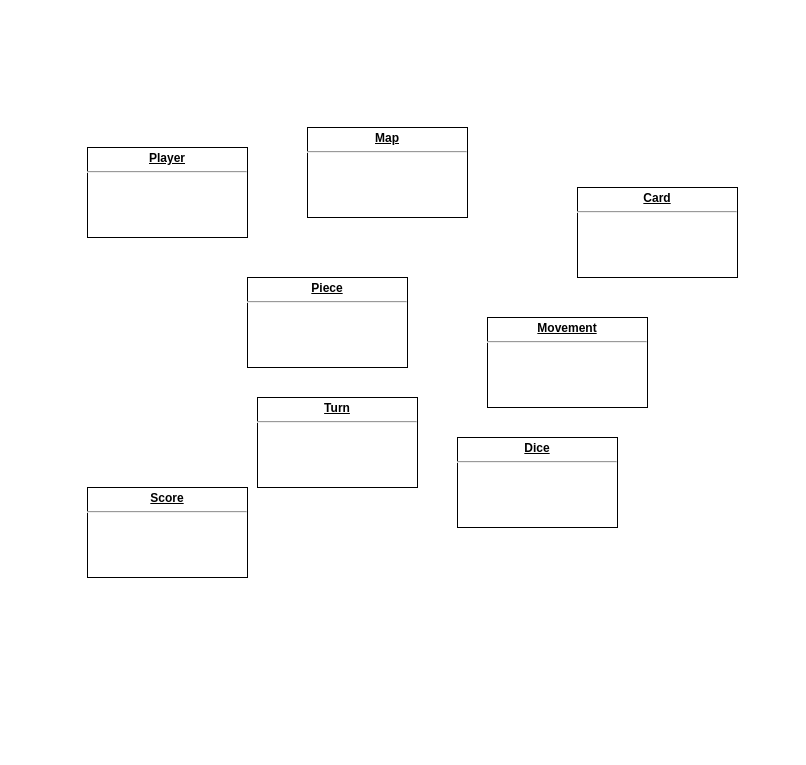
Above: diagram/DomainModel.drawio in iGH01gi/SE_Term_Project (draw.io), before the change. Source tidied: cells renumbered, new cells numbered last; positions are measured from the earlier drawing's top-left corner, leaving out a move shared by most shapes. Both pictures are drawn from the tidied source at 100%, with x=0, y=0 at pixel (87, 127).
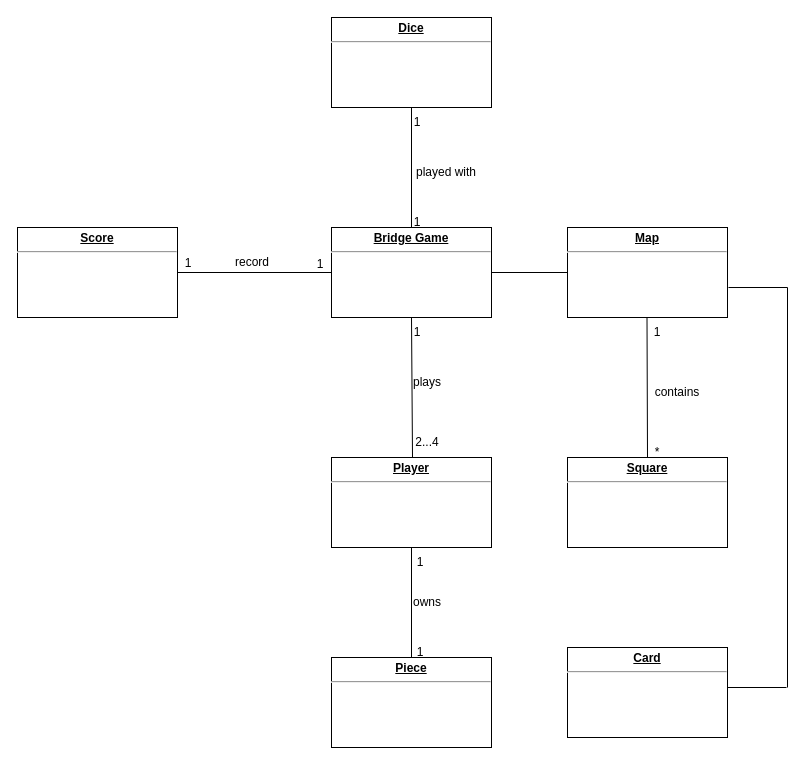
The same diagram, later.

Change to the diagram source:
```diff
@@
     <mxCell id="2" value="&lt;p style=&quot;margin:0px;margin-top:4px;text-align:center;text-decoration:underline;&quot;&gt;&lt;b&gt;Player&lt;/b&gt;&lt;/p&gt;&lt;hr&gt;&lt;p style=&quot;margin:0px;margin-left:8px;&quot;&gt;&lt;br&gt;&lt;/p&gt;" style="verticalAlign=top;align=left;overflow=fill;fontSize=12;fontFamily=Helvetica;html=1;" parent="1" vertex="1">
-      <mxGeometry y="20" width="160" height="90" as="geometry" />
+      <mxGeometry x="244" y="330" width="160" height="90" as="geometry" />
     </mxCell>
-    <mxCell id="3" value="&lt;p style=&quot;margin:0px;margin-top:4px;text-align:center;text-decoration:underline;&quot;&gt;&lt;b&gt;Map&lt;/b&gt;&lt;/p&gt;&lt;hr&gt;&lt;p style=&quot;margin:0px;margin-left:8px;&quot;&gt;&lt;br&gt;&lt;/p&gt;" style="verticalAlign=top;align=left;overflow=fill;fontSize=12;fontFamily=Helvetica;html=1;" parent="1" vertex="1">
-      <mxGeometry x="220" width="160" height="90" as="geometry" />
-    </mxCell>
-    <mxCell id="4" value="&lt;p style=&quot;margin:0px;margin-top:4px;text-align:center;text-decoration:underline;&quot;&gt;&lt;b&gt;Piece&lt;/b&gt;&lt;/p&gt;&lt;hr&gt;&lt;p style=&quot;margin:0px;margin-left:8px;&quot;&gt;&lt;br&gt;&lt;/p&gt;" style="verticalAlign=top;align=left;overflow=fill;fontSize=12;fontFamily=Helvetica;html=1;" parent="1" vertex="1">
-      <mxGeometry x="160" y="150" width="160" height="90" as="geometry" />
-    </mxCell>
-    <mxCell id="5" value="&lt;p style=&quot;margin:0px;margin-top:4px;text-align:center;text-decoration:underline;&quot;&gt;&lt;b&gt;Movement&lt;/b&gt;&lt;/p&gt;&lt;hr&gt;&lt;p style=&quot;margin:0px;margin-left:8px;&quot;&gt;&lt;br&gt;&lt;/p&gt;" style="verticalAlign=top;align=left;overflow=fill;fontSize=12;fontFamily=Helvetica;html=1;" parent="1" vertex="1">
-      <mxGeometry x="400" y="190" width="160" height="90" as="geometry" />
-    </mxCell>
-    <mxCell id="6" value="&lt;p style=&quot;margin:0px;margin-top:4px;text-align:center;text-decoration:underline;&quot;&gt;&lt;b&gt;Turn&lt;/b&gt;&lt;/p&gt;&lt;hr&gt;&lt;p style=&quot;margin:0px;margin-left:8px;&quot;&gt;&lt;br&gt;&lt;/p&gt;" style="verticalAlign=top;align=left;overflow=fill;fontSize=12;fontFamily=Helvetica;html=1;" parent="1" vertex="1">
-      <mxGeometry x="170" y="270" width="160" height="90" as="geometry" />
-    </mxCell>
     <mxCell id="7" value="&lt;p style=&quot;margin:0px;margin-top:4px;text-align:center;text-decoration:underline;&quot;&gt;&lt;b&gt;Dice&lt;/b&gt;&lt;/p&gt;&lt;hr&gt;&lt;p style=&quot;margin:0px;margin-left:8px;&quot;&gt;&lt;br&gt;&lt;/p&gt;" style="verticalAlign=top;align=left;overflow=fill;fontSize=12;fontFamily=Helvetica;html=1;" parent="1" vertex="1">
-      <mxGeometry x="370" y="310" width="160" height="90" as="geometry" />
+      <mxGeometry x="244" y="-110" width="160" height="90" as="geometry" />
     </mxCell>
     <mxCell id="8" value="&lt;p style=&quot;margin:0px;margin-top:4px;text-align:center;text-decoration:underline;&quot;&gt;&lt;b&gt;Card&lt;/b&gt;&lt;/p&gt;&lt;hr&gt;&lt;p style=&quot;margin:0px;margin-left:8px;&quot;&gt;&lt;br&gt;&lt;/p&gt;" style="verticalAlign=top;align=left;overflow=fill;fontSize=12;fontFamily=Helvetica;html=1;" parent="1" vertex="1">
-      <mxGeometry x="490" y="60" width="160" height="90" as="geometry" />
+      <mxGeometry x="480" y="520" width="160" height="90" as="geometry" />
     </mxCell>
+    <mxCell id="10" value="&lt;p style=&quot;margin:0px;margin-top:4px;text-align:center;text-decoration:underline;&quot;&gt;&lt;b&gt;Bridge Game&lt;/b&gt;&lt;/p&gt;&lt;hr&gt;&lt;p style=&quot;margin:0px;margin-left:8px;&quot;&gt;&lt;br&gt;&lt;/p&gt;" style="verticalAlign=top;align=left;overflow=fill;fontSize=12;fontFamily=Helvetica;html=1;" parent="1" vertex="1">
+      <mxGeometry x="244" y="100" width="160" height="90" as="geometry" />
+    </mxCell>
+    <mxCell id="11" style="endArrow=none;html=1;rounded=0;entryX=0.5;entryY=1;entryDx=0;entryDy=0;exitX=0.5;exitY=0;exitDx=0;exitDy=0;" parent="1" edge="1" source="4" target="2">
+      <mxGeometry relative="1" as="geometry" />
+    </mxCell>
+    <mxCell id="12" style="endArrow=none;html=1;rounded=0;entryX=0.5;entryY=1;entryDx=0;entryDy=0;exitX=0.25;exitY=1;exitDx=0;exitDy=0;" parent="1" edge="1" source="15" target="10">
+      <mxGeometry relative="1" as="geometry" />
+    </mxCell>
+    <mxCell id="13" style="endArrow=none;html=1;rounded=0;entryX=0;entryY=0.5;entryDx=0;entryDy=0;" parent="1" edge="1" source="10">
+      <mxGeometry relative="1" as="geometry">
+        <mxPoint x="480" y="145" as="targetPoint" />
+      </mxGeometry>
+    </mxCell>
+    <mxCell id="14" style="endArrow=none;html=1;rounded=0;exitX=1;exitY=0.5;exitDx=0;exitDy=0;entryX=0;entryY=0.5;entryDx=0;entryDy=0;" parent="1" edge="1" source="9" target="10">
+      <mxGeometry relative="1" as="geometry" />
+    </mxCell>
+    <mxCell id="15" value="2...4" style="text;html=1;strokeColor=none;fillColor=none;align=center;verticalAlign=middle;whiteSpace=wrap;rounded=0;" parent="1" vertex="1">
+      <mxGeometry x="310" y="300" width="60" height="30" as="geometry" />
+    </mxCell>
+    <mxCell id="16" value="1" style="text;html=1;strokeColor=none;fillColor=none;align=center;verticalAlign=middle;whiteSpace=wrap;rounded=0;" parent="1" vertex="1">
+      <mxGeometry x="300" y="190" width="60" height="30" as="geometry" />
+    </mxCell>
+    <mxCell id="17" value="plays" style="text;html=1;strokeColor=none;fillColor=none;align=center;verticalAlign=middle;whiteSpace=wrap;rounded=0;" parent="1" vertex="1">
+      <mxGeometry x="310" y="240" width="60" height="30" as="geometry" />
+    </mxCell>
+    <mxCell id="18" style="endArrow=none;html=1;rounded=0;entryX=0.5;entryY=1;entryDx=0;entryDy=0;" parent="1" edge="1" source="10" target="7">
+      <mxGeometry relative="1" as="geometry" />
+    </mxCell>
+    <mxCell id="19" value="1" style="text;html=1;strokeColor=none;fillColor=none;align=center;verticalAlign=middle;whiteSpace=wrap;rounded=0;" parent="1" vertex="1">
+      <mxGeometry x="300" y="80" width="60" height="30" as="geometry" />
+    </mxCell>
+    <mxCell id="20" value="1" style="text;html=1;strokeColor=none;fillColor=none;align=center;verticalAlign=middle;whiteSpace=wrap;rounded=0;" parent="1" vertex="1">
+      <mxGeometry x="300" y="-20" width="60" height="30" as="geometry" />
+    </mxCell>
+    <mxCell id="21" value="played with" style="text;html=1;strokeColor=none;fillColor=none;align=center;verticalAlign=middle;whiteSpace=wrap;rounded=0;" parent="1" vertex="1">
+      <mxGeometry x="314" y="30" width="90" height="30" as="geometry" />
+    </mxCell>
+    <mxCell id="4" value="&lt;p style=&quot;margin:0px;margin-top:4px;text-align:center;text-decoration:underline;&quot;&gt;&lt;b&gt;Piece&lt;/b&gt;&lt;/p&gt;&lt;hr&gt;&lt;p style=&quot;margin:0px;margin-left:8px;&quot;&gt;&lt;br&gt;&lt;/p&gt;" style="verticalAlign=top;align=left;overflow=fill;fontSize=12;fontFamily=Helvetica;html=1;" parent="1" vertex="1">
+      <mxGeometry x="244" y="530" width="160" height="90" as="geometry" />
+    </mxCell>
+    <mxCell id="22" value="owns" style="text;html=1;strokeColor=none;fillColor=none;align=center;verticalAlign=middle;whiteSpace=wrap;rounded=0;" parent="1" vertex="1">
+      <mxGeometry x="318" y="460" width="44" height="30" as="geometry" />
+    </mxCell>
+    <mxCell id="23" value="1" style="text;html=1;strokeColor=none;fillColor=none;align=center;verticalAlign=middle;whiteSpace=wrap;rounded=0;" parent="1" vertex="1">
+      <mxGeometry x="303" y="510" width="60" height="30" as="geometry" />
+    </mxCell>
+    <mxCell id="24" value="1" style="text;html=1;strokeColor=none;fillColor=none;align=center;verticalAlign=middle;whiteSpace=wrap;rounded=0;" parent="1" vertex="1">
+      <mxGeometry x="318" y="420" width="30" height="30" as="geometry" />
+    </mxCell>
+    <mxCell id="3" value="&lt;p style=&quot;margin:0px;margin-top:4px;text-align:center;text-decoration:underline;&quot;&gt;&lt;b&gt;Map&lt;/b&gt;&lt;/p&gt;&lt;hr&gt;&lt;p style=&quot;margin:0px;margin-left:8px;&quot;&gt;&lt;br&gt;&lt;/p&gt;" style="verticalAlign=top;align=left;overflow=fill;fontSize=12;fontFamily=Helvetica;html=1;" parent="1" vertex="1">
+      <mxGeometry x="480" y="100" width="160" height="90" as="geometry" />
+    </mxCell>
     <mxCell id="9" value="&lt;p style=&quot;margin:0px;margin-top:4px;text-align:center;text-decoration:underline;&quot;&gt;&lt;b&gt;Score&lt;/b&gt;&lt;/p&gt;&lt;hr&gt;&lt;p style=&quot;margin:0px;margin-left:8px;&quot;&gt;&lt;br&gt;&lt;/p&gt;" style="verticalAlign=top;align=left;overflow=fill;fontSize=12;fontFamily=Helvetica;html=1;" parent="1" vertex="1">
-      <mxGeometry y="360" width="160" height="90" as="geometry" />
+      <mxGeometry x="-70" y="100" width="160" height="90" as="geometry" />
     </mxCell>
+    <mxCell id="25" value="&lt;p style=&quot;margin:0px;margin-top:4px;text-align:center;text-decoration:underline;&quot;&gt;&lt;b&gt;Square&lt;/b&gt;&lt;/p&gt;&lt;hr&gt;&lt;p style=&quot;margin:0px;margin-left:8px;&quot;&gt;&lt;br&gt;&lt;/p&gt;" style="verticalAlign=top;align=left;overflow=fill;fontSize=12;fontFamily=Helvetica;html=1;" parent="1" vertex="1">
+      <mxGeometry x="480" y="330" width="160" height="90" as="geometry" />
+    </mxCell>
+    <mxCell id="26" style="endArrow=none;html=1;rounded=0;exitX=0.5;exitY=0;exitDx=0;exitDy=0;" parent="1" edge="1" source="25">
+      <mxGeometry relative="1" as="geometry">
+        <mxPoint x="559.5" y="190" as="targetPoint" />
+      </mxGeometry>
+    </mxCell>
+    <mxCell id="27" value="contains" style="text;html=1;strokeColor=none;fillColor=none;align=center;verticalAlign=middle;whiteSpace=wrap;rounded=0;" parent="1" vertex="1">
+      <mxGeometry x="560" y="250" width="60" height="30" as="geometry" />
+    </mxCell>
+    <mxCell id="28" value="1" style="text;html=1;strokeColor=none;fillColor=none;align=center;verticalAlign=middle;whiteSpace=wrap;rounded=0;" parent="1" vertex="1">
+      <mxGeometry x="540" y="190" width="60" height="30" as="geometry" />
+    </mxCell>
+    <mxCell id="29" value="*" style="text;html=1;strokeColor=none;fillColor=none;align=center;verticalAlign=middle;whiteSpace=wrap;rounded=0;" parent="1" vertex="1">
+      <mxGeometry x="540" y="310" width="60" height="30" as="geometry" />
+    </mxCell>
+    <mxCell id="30" value="record" style="text;html=1;strokeColor=none;fillColor=none;align=center;verticalAlign=middle;whiteSpace=wrap;rounded=0;" parent="1" vertex="1">
+      <mxGeometry x="120" y="120" width="90" height="30" as="geometry" />
+    </mxCell>
+    <mxCell id="31" value="1" style="text;html=1;strokeColor=none;fillColor=none;align=center;verticalAlign=middle;whiteSpace=wrap;rounded=0;" parent="1" vertex="1">
+      <mxGeometry x="218" y="127" width="30" height="20" as="geometry" />
+    </mxCell>
+    <mxCell id="32" value="1" style="text;html=1;strokeColor=none;fillColor=none;align=center;verticalAlign=middle;whiteSpace=wrap;rounded=0;" parent="1" vertex="1">
+      <mxGeometry x="86" y="126" width="30" height="20" as="geometry" />
+    </mxCell>
+    <mxCell id="33" style="endArrow=none;html=1;rounded=0;" parent="1" edge="1">
+      <mxGeometry relative="1" as="geometry">
+        <mxPoint x="700" y="560" as="sourcePoint" />
+        <mxPoint x="700" y="160" as="targetPoint" />
+      </mxGeometry>
+    </mxCell>
+    <mxCell id="34" style="endArrow=none;html=1;rounded=0;exitX=1.006;exitY=0.667;exitDx=0;exitDy=0;exitPerimeter=0;" parent="1" edge="1" source="3">
+      <mxGeometry relative="1" as="geometry">
+        <mxPoint x="700" y="160" as="targetPoint" />
+      </mxGeometry>
+    </mxCell>
+    <mxCell id="35" style="endArrow=none;html=1;rounded=0;" parent="1" edge="1">
+      <mxGeometry relative="1" as="geometry">
+        <mxPoint x="640" y="560" as="sourcePoint" />
+        <mxPoint x="699" y="560" as="targetPoint" />
+      </mxGeometry>
+    </mxCell>
```
